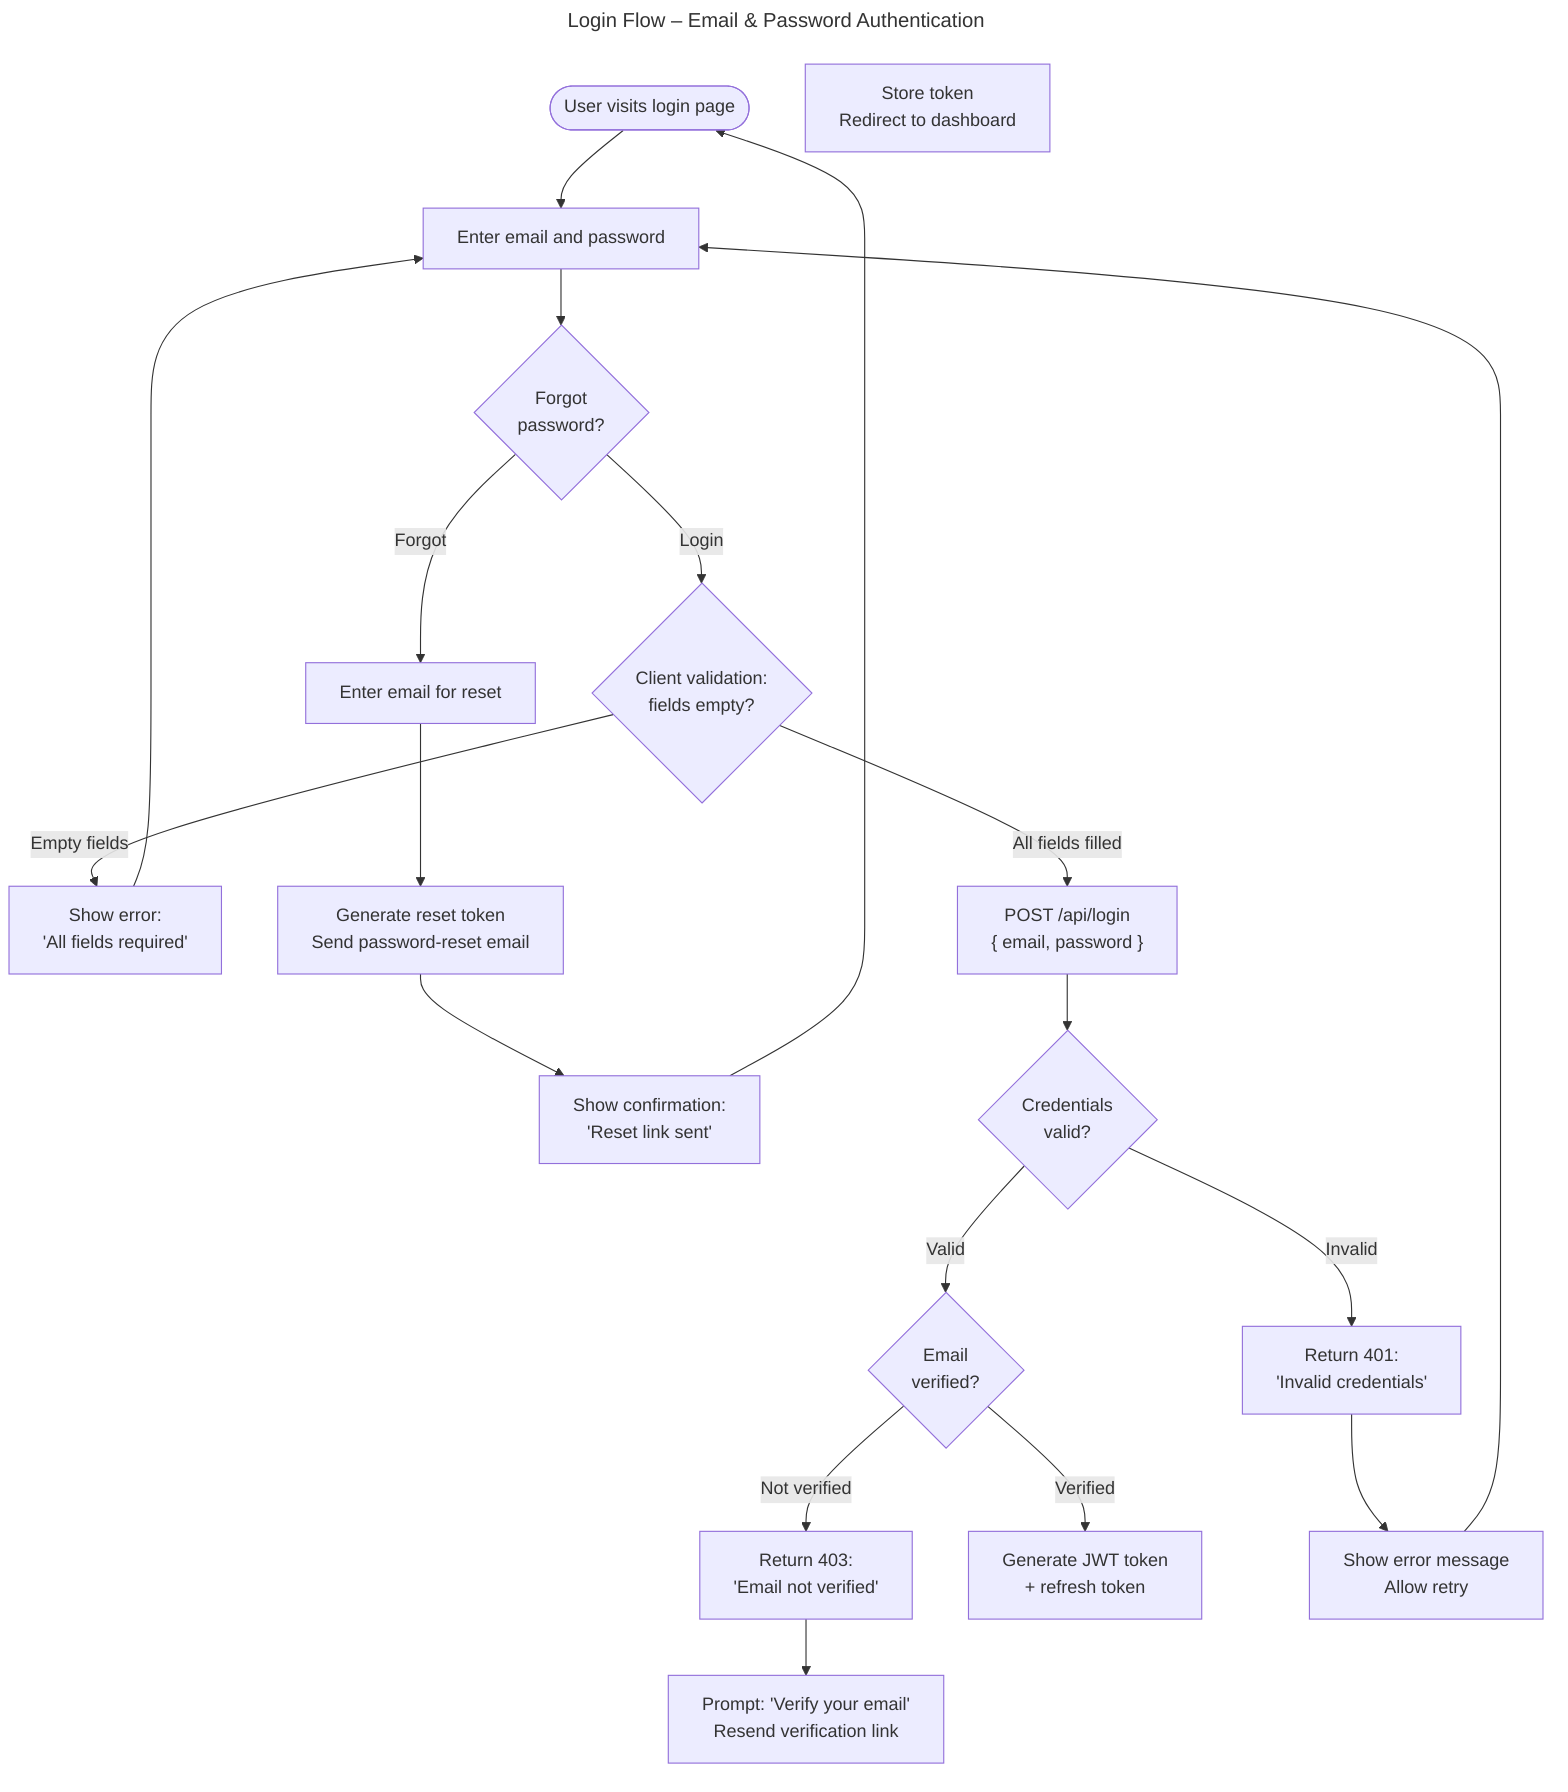
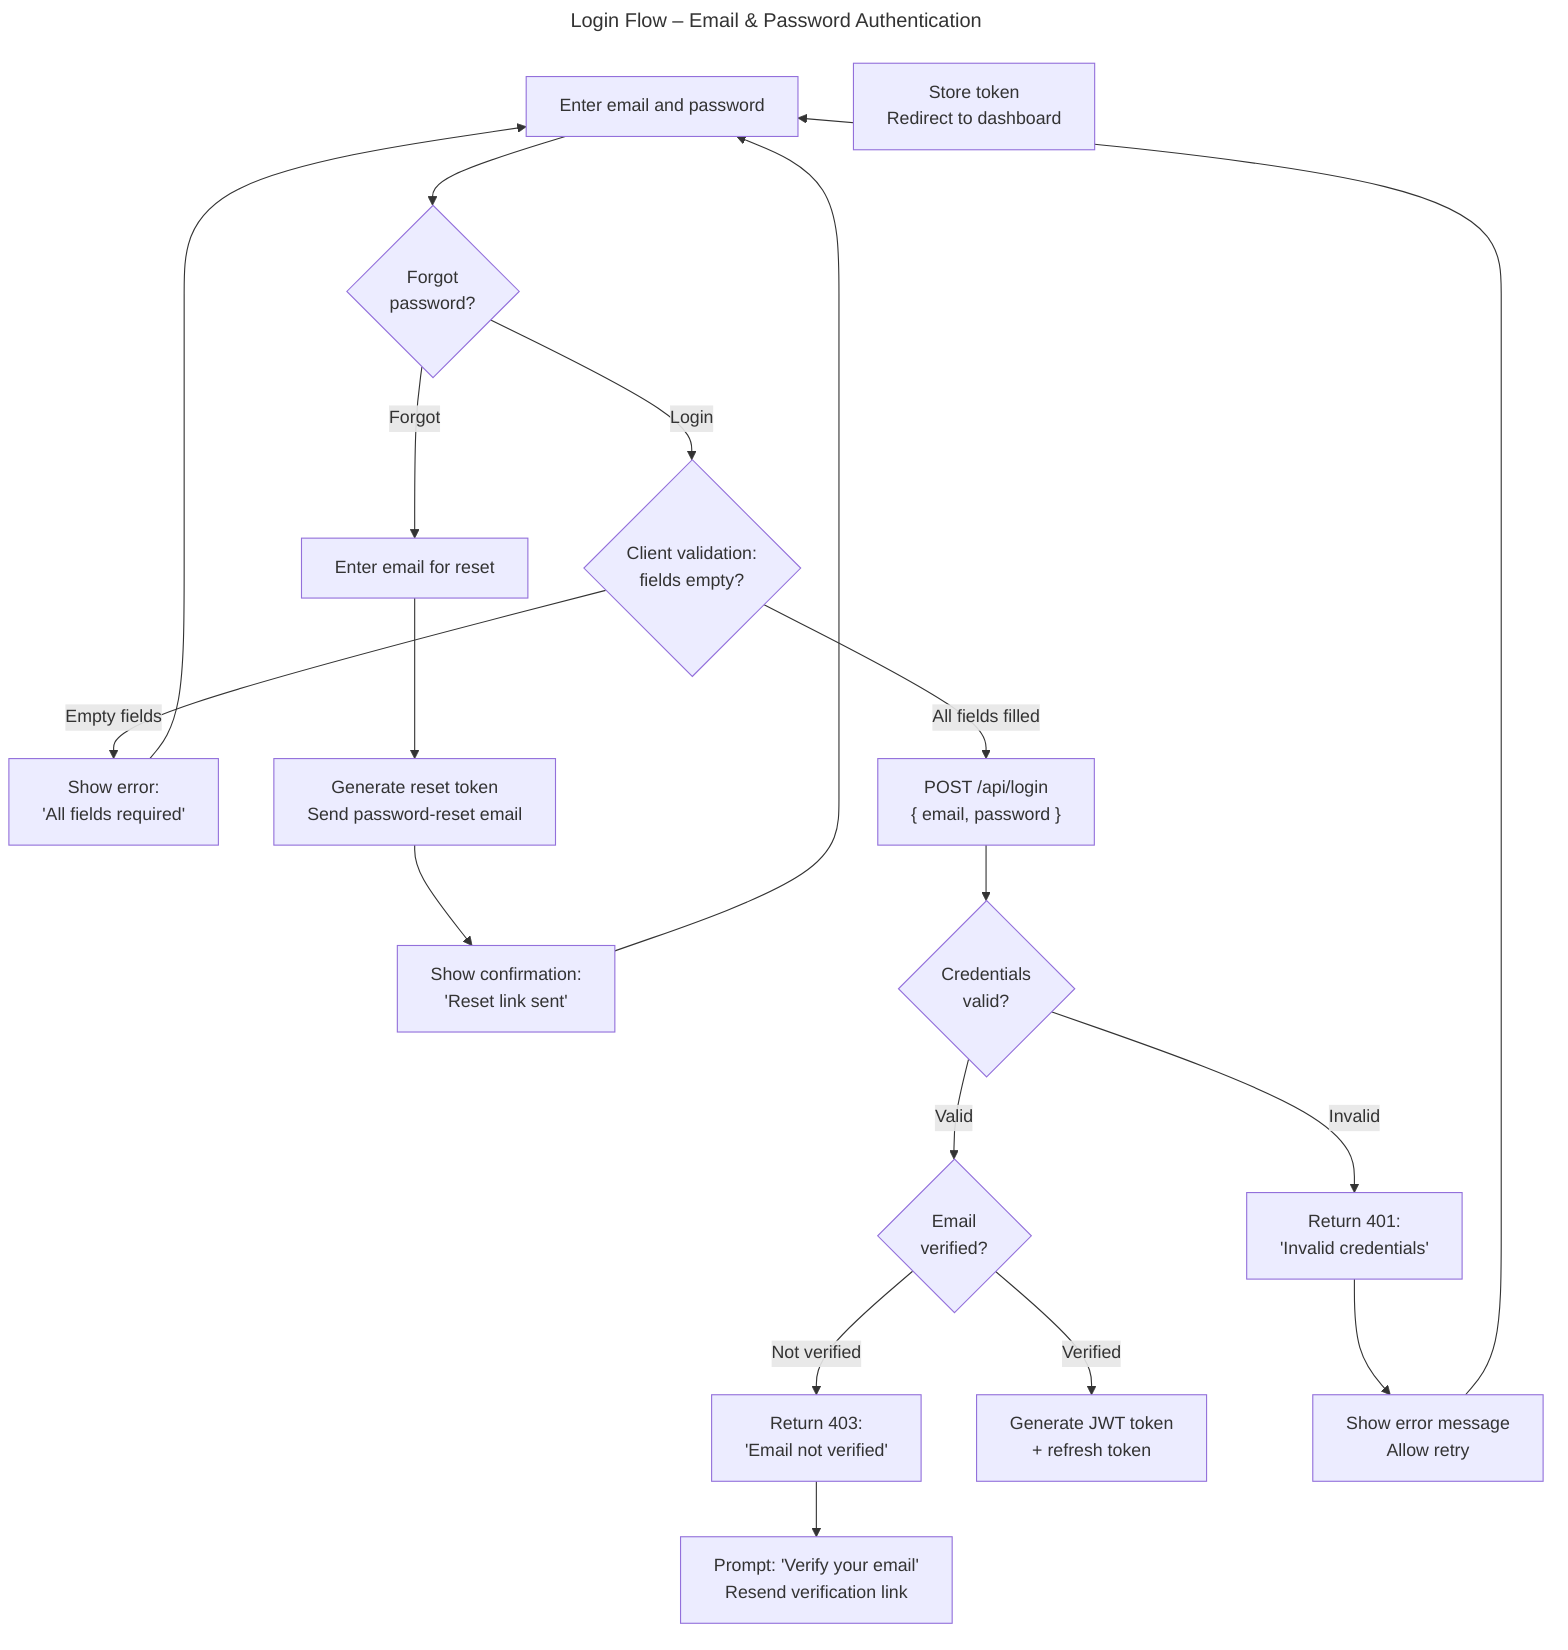
---
title: Login Flow – Email & Password Authentication
theme: dark
---

flowchart TD
-     A([User visits login page])
    B[Enter email and password]
    C{"Forgot\npassword?"}
    D[Enter email for reset]
    E[Show confirmation:\n'Reset link sent']
    F{"Client validation:\nfields empty?"}
    G[Show error:\n'All fields required']
    H["POST /api/login\n{ email, password }"]

    J{"Credentials\nvalid?"}
    K[Return 401:\n'Invalid credentials']
    L{"Email\nverified?"}
    M[Return 403:\n'Email not verified']
    N["Generate JWT token\n+ refresh token"]

    O["Generate reset token\nSend password-reset email"]

    P[Show error message\nAllow retry]
    Q["Prompt: 'Verify your email'\nResend verification link"]
    R[Store token\nRedirect to dashboard]

-     A --> B
    B --> C
    C -->|"Forgot"| D
    C -->|"Login"| F
    D --> O
    O --> E
-     E --> A
+     E --> B

    F -->|"Empty fields"| G
    G --> B
    F -->|"All fields filled"| H
    H --> J

    J -->|"Invalid"| K
    K --> P
    P --> B

    J -->|"Valid"| L
    L -->|"Not verified"| M
    M --> Q


    L -->|"Verified"| N



%%# @155,55 Hola